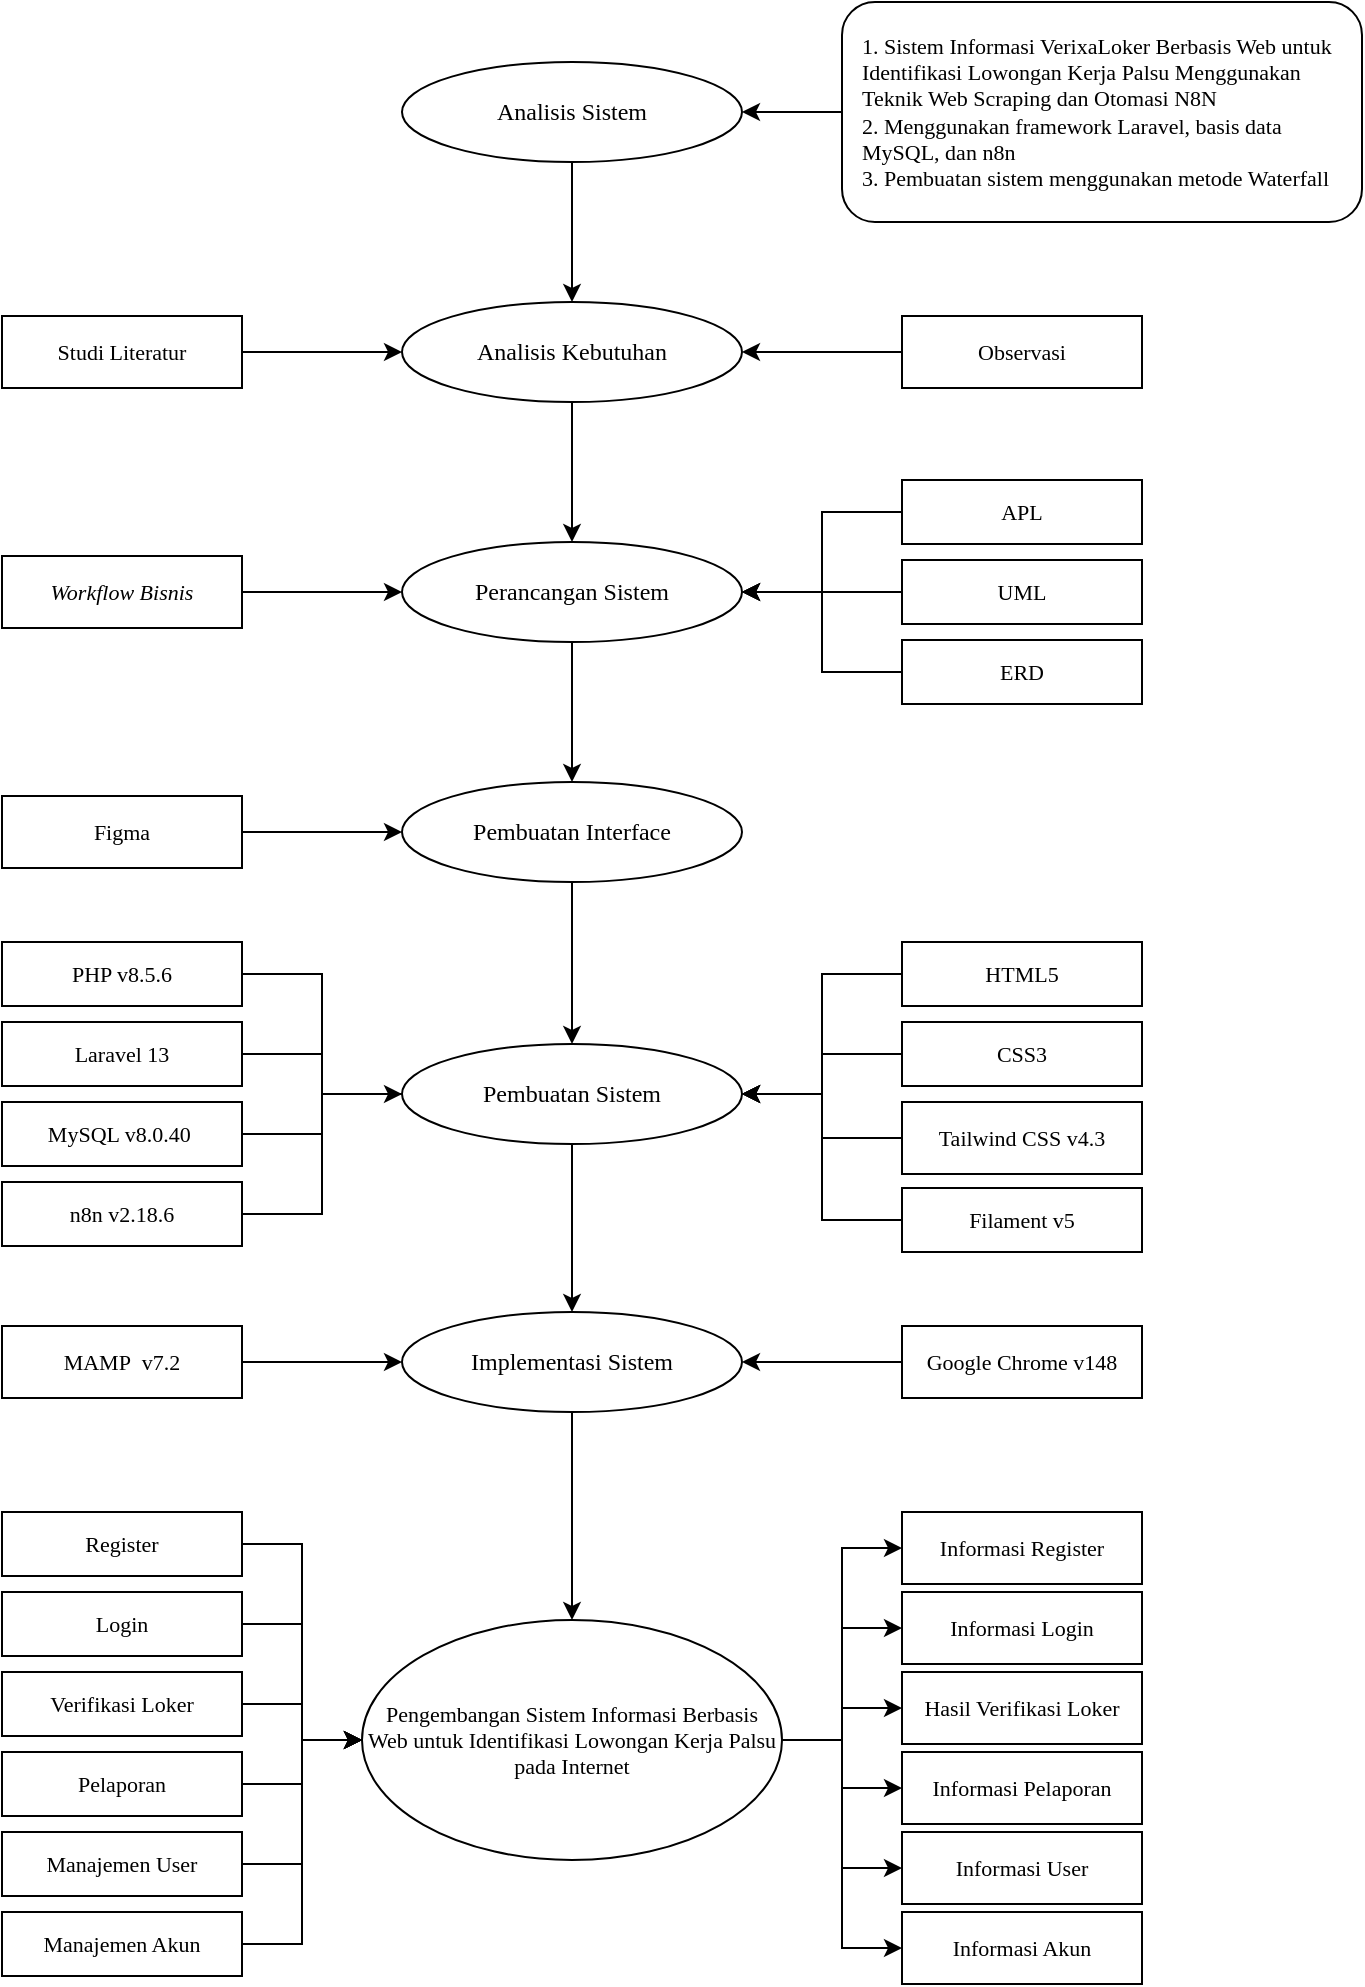
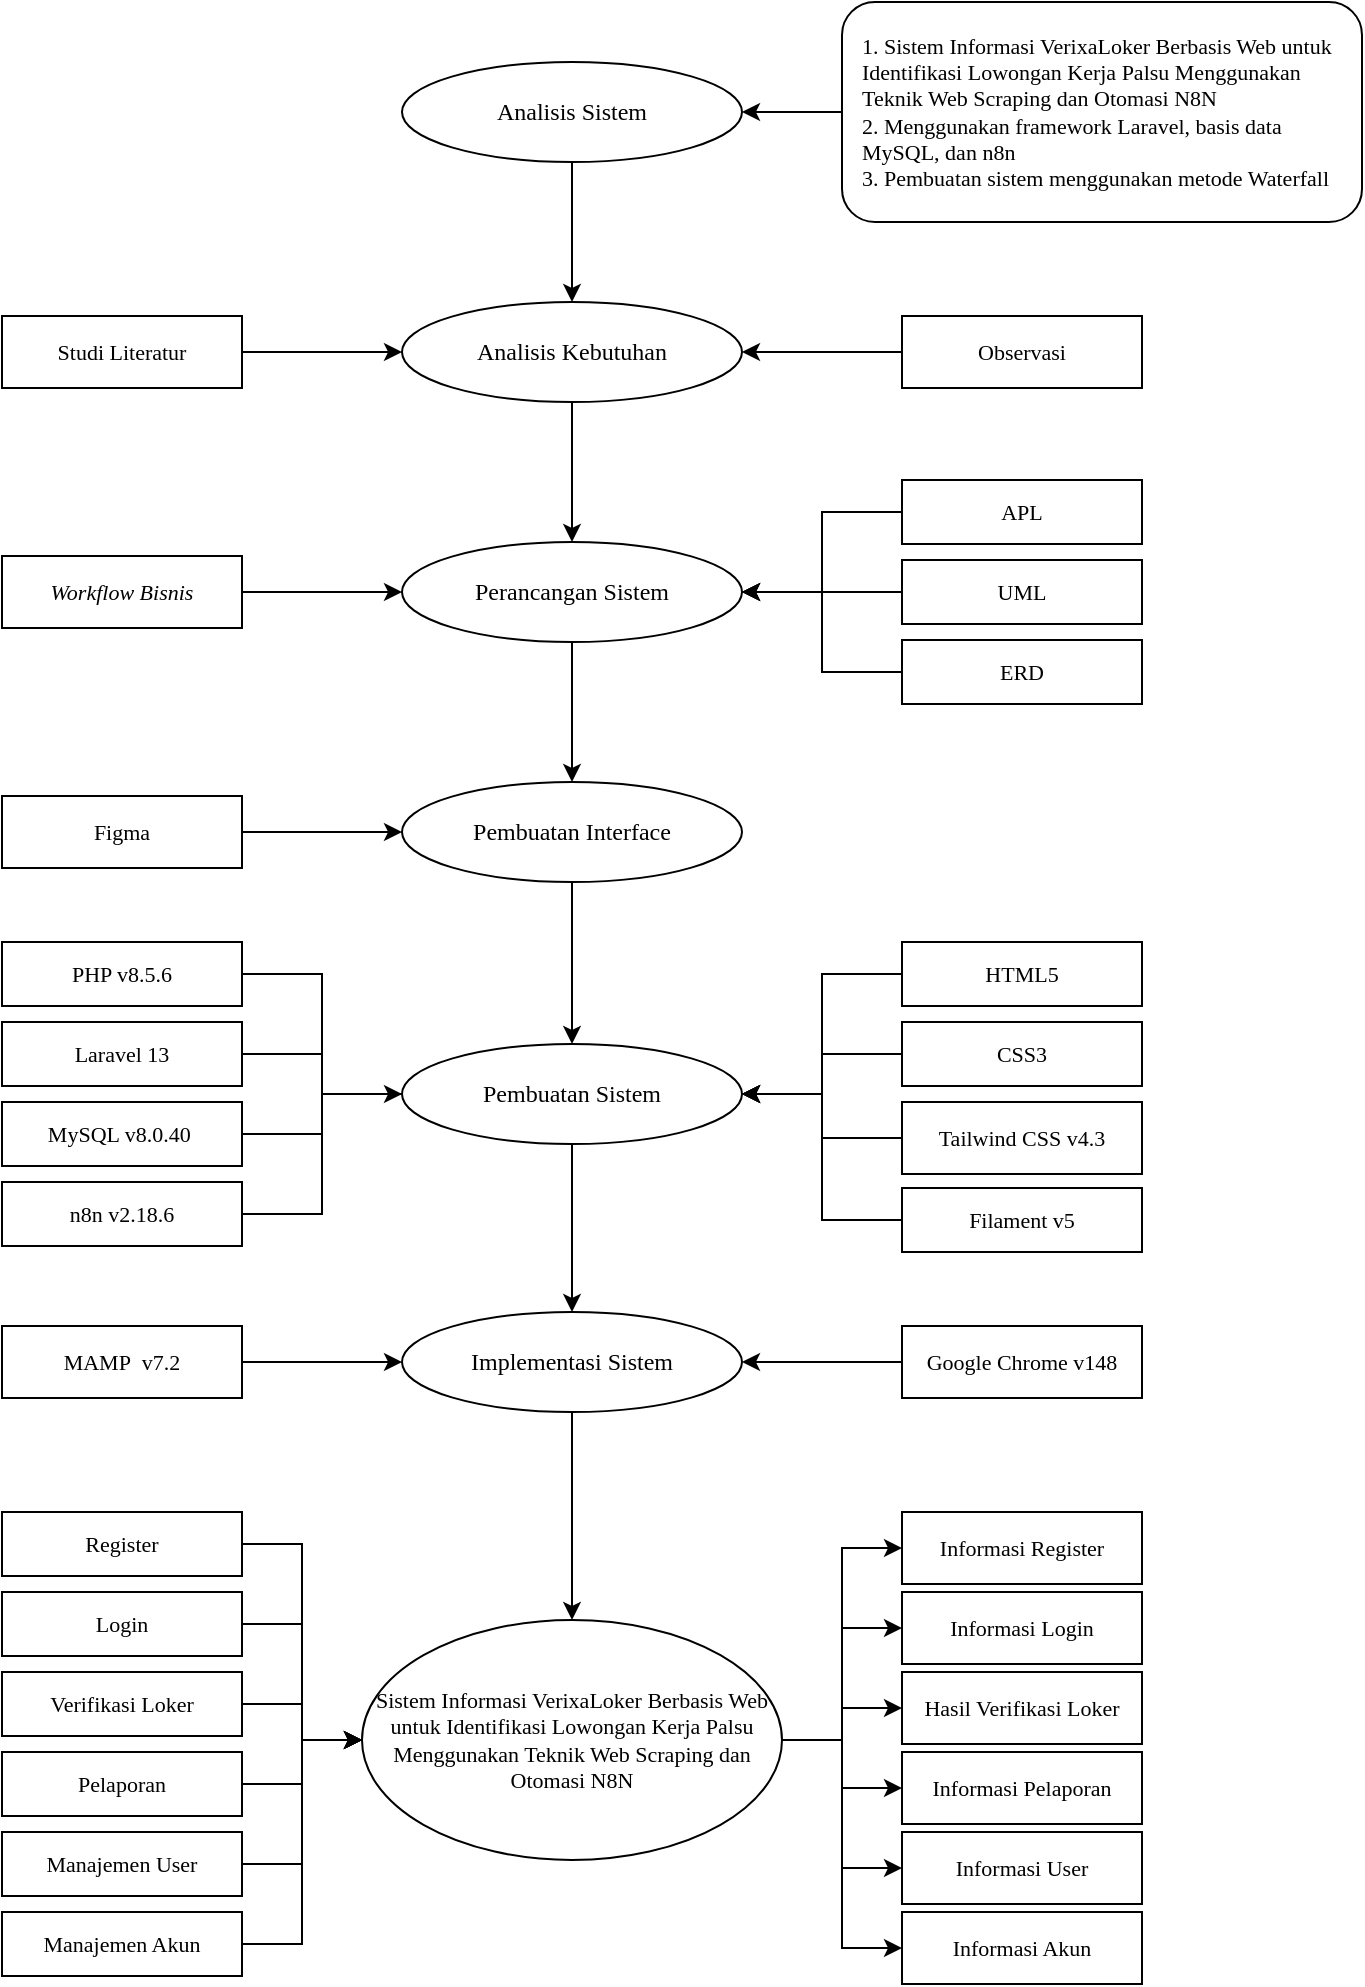
<mxfile host="app.diagrams.net">
  <diagram name="Page-1" id="yfmV3Sks-nrF4BvnnPUG">
    <mxGraphModel dx="665" dy="363" grid="1" gridSize="10" guides="1" tooltips="1" connect="1" arrows="1" fold="1" page="1" pageScale="1" pageWidth="827" pageHeight="1169" math="0" shadow="0">
      <root>
        <mxCell id="0" />
        <mxCell id="1" parent="0" />
        <mxCell id="fTyH0j3n_jQUCsVNDcWE-1" parent="1" style="ellipse;whiteSpace=wrap;html=1;fillColor=#ffffff;strokeColor=#000000;fontFamily=Times New Roman;fontSize=12;" value="Analisis Sistem" vertex="1">
          <mxGeometry height="50" width="170" x="580" y="110" as="geometry" />
        </mxCell>
        <mxCell id="fTyH0j3n_jQUCsVNDcWE-2" parent="1" style="ellipse;whiteSpace=wrap;html=1;fillColor=#ffffff;strokeColor=#000000;fontFamily=Times New Roman;fontSize=12;" value="Analisis Kebutuhan" vertex="1">
          <mxGeometry height="50" width="170" x="580" y="230" as="geometry" />
        </mxCell>
        <mxCell id="fTyH0j3n_jQUCsVNDcWE-3" parent="1" style="ellipse;whiteSpace=wrap;html=1;fillColor=#ffffff;strokeColor=#000000;fontFamily=Times New Roman;fontSize=12;" value="Perancangan Sistem" vertex="1">
          <mxGeometry height="50" width="170" x="580" y="350" as="geometry" />
        </mxCell>
        <mxCell id="fTyH0j3n_jQUCsVNDcWE-4" parent="1" style="ellipse;whiteSpace=wrap;html=1;fillColor=#ffffff;strokeColor=#000000;fontFamily=Times New Roman;fontSize=12;" value="Pembuatan Interface" vertex="1">
          <mxGeometry height="50" width="170" x="580" y="470" as="geometry" />
        </mxCell>
        <mxCell id="fTyH0j3n_jQUCsVNDcWE-5" parent="1" style="ellipse;whiteSpace=wrap;html=1;fillColor=#ffffff;strokeColor=#000000;fontFamily=Times New Roman;fontSize=12;" value="Pembuatan Sistem" vertex="1">
          <mxGeometry height="50" width="170" x="580" y="601" as="geometry" />
        </mxCell>
        <mxCell id="fTyH0j3n_jQUCsVNDcWE-6" parent="1" style="ellipse;whiteSpace=wrap;html=1;fillColor=#ffffff;strokeColor=#000000;fontFamily=Times New Roman;fontSize=12;" value="Implementasi Sistem" vertex="1">
          <mxGeometry height="50" width="170" x="580" y="735" as="geometry" />
        </mxCell>
-         <mxCell id="fTyH0j3n_jQUCsVNDcWE-7" parent="1" style="ellipse;whiteSpace=wrap;html=1;fillColor=#ffffff;strokeColor=#000000;fontFamily=Times New Roman;fontSize=11;" value="Pengembangan Sistem Informasi Berbasis Web untuk Identifikasi Lowongan Kerja Palsu pada Internet" vertex="1">
+         <mxCell id="fTyH0j3n_jQUCsVNDcWE-7" parent="1" style="ellipse;whiteSpace=wrap;html=1;fillColor=#ffffff;strokeColor=#000000;fontFamily=Times New Roman;fontSize=11;" value="Sistem Informasi VerixaLoker Berbasis Web untuk Identifikasi Lowongan Kerja Palsu Menggunakan Teknik Web Scraping dan Otomasi N8N" vertex="1">
          <mxGeometry height="120" width="210" x="560" y="889" as="geometry" />
        </mxCell>
        <mxCell id="fTyH0j3n_jQUCsVNDcWE-8" edge="1" parent="1" source="fTyH0j3n_jQUCsVNDcWE-1" style="endArrow=classic;html=1;rounded=0;exitX=0.5;exitY=1;entryX=0.5;entryY=0;" target="fTyH0j3n_jQUCsVNDcWE-2">
          <mxGeometry relative="1" as="geometry" />
        </mxCell>
        <mxCell id="fTyH0j3n_jQUCsVNDcWE-9" edge="1" parent="1" source="fTyH0j3n_jQUCsVNDcWE-2" style="endArrow=classic;html=1;rounded=0;exitX=0.5;exitY=1;entryX=0.5;entryY=0;" target="fTyH0j3n_jQUCsVNDcWE-3">
          <mxGeometry relative="1" as="geometry" />
        </mxCell>
        <mxCell id="fTyH0j3n_jQUCsVNDcWE-10" edge="1" parent="1" source="fTyH0j3n_jQUCsVNDcWE-3" style="endArrow=classic;html=1;rounded=0;exitX=0.5;exitY=1;entryX=0.5;entryY=0;" target="fTyH0j3n_jQUCsVNDcWE-4">
          <mxGeometry relative="1" as="geometry" />
        </mxCell>
        <mxCell id="fTyH0j3n_jQUCsVNDcWE-11" edge="1" parent="1" source="fTyH0j3n_jQUCsVNDcWE-4" style="endArrow=classic;html=1;rounded=0;exitX=0.5;exitY=1;entryX=0.5;entryY=0;" target="fTyH0j3n_jQUCsVNDcWE-5">
          <mxGeometry relative="1" as="geometry" />
        </mxCell>
        <mxCell id="fTyH0j3n_jQUCsVNDcWE-12" edge="1" parent="1" source="fTyH0j3n_jQUCsVNDcWE-5" style="endArrow=classic;html=1;rounded=0;exitX=0.5;exitY=1;entryX=0.5;entryY=0;" target="fTyH0j3n_jQUCsVNDcWE-6">
          <mxGeometry relative="1" as="geometry" />
        </mxCell>
        <mxCell id="fTyH0j3n_jQUCsVNDcWE-13" edge="1" parent="1" source="fTyH0j3n_jQUCsVNDcWE-6" style="endArrow=classic;html=1;rounded=0;exitX=0.5;exitY=1;entryX=0.5;entryY=0;" target="fTyH0j3n_jQUCsVNDcWE-7">
          <mxGeometry relative="1" as="geometry" />
        </mxCell>
        <mxCell id="fTyH0j3n_jQUCsVNDcWE-14" parent="1" style="rounded=1;whiteSpace=wrap;html=1;fillColor=#ffffff;strokeColor=#000000;fontFamily=Times New Roman;fontSize=11;align=left;verticalAlign=middle;spacingLeft=8;spacingRight=8;" value="1. Sistem Informasi VerixaLoker Berbasis Web untuk Identifikasi Lowongan Kerja Palsu Menggunakan Teknik Web Scraping dan Otomasi N8N&lt;br&gt;2. Menggunakan framework Laravel, basis data MySQL, dan n8n&lt;br&gt;3. Pembuatan sistem menggunakan metode Waterfall" vertex="1">
          <mxGeometry height="110" width="260" x="800" y="80" as="geometry" />
        </mxCell>
        <mxCell id="fTyH0j3n_jQUCsVNDcWE-15" edge="1" parent="1" source="fTyH0j3n_jQUCsVNDcWE-1" style="endArrow=none;html=1;rounded=0;exitX=1;exitY=0.5;entryX=0;entryY=0.5;startArrow=classic;startFill=1;" target="fTyH0j3n_jQUCsVNDcWE-14">
          <mxGeometry relative="1" as="geometry" />
        </mxCell>
        <mxCell id="fTyH0j3n_jQUCsVNDcWE-16" parent="1" style="rounded=0;whiteSpace=wrap;html=1;fillColor=#ffffff;strokeColor=#000000;fontFamily=Times New Roman;fontSize=11;" value="Studi Literatur" vertex="1">
          <mxGeometry height="36" width="120" x="380" y="237" as="geometry" />
        </mxCell>
        <mxCell id="fTyH0j3n_jQUCsVNDcWE-19" edge="1" parent="1" source="fTyH0j3n_jQUCsVNDcWE-16" style="endArrow=classic;html=1;exitX=1;exitY=0.5;entryX=0;entryY=0.5;endFill=1;" target="fTyH0j3n_jQUCsVNDcWE-2">
          <mxGeometry relative="1" as="geometry" />
        </mxCell>
        <mxCell id="fTyH0j3n_jQUCsVNDcWE-22" parent="1" style="rounded=0;whiteSpace=wrap;html=1;fillColor=#ffffff;strokeColor=#000000;fontFamily=Times New Roman;fontSize=11;fontStyle=2" value="Workflow Bisnis" vertex="1">
          <mxGeometry height="36" width="120" x="380" y="357" as="geometry" />
        </mxCell>
        <mxCell id="fTyH0j3n_jQUCsVNDcWE-23" parent="1" style="rounded=0;whiteSpace=wrap;html=1;fillColor=#ffffff;strokeColor=#000000;fontFamily=Times New Roman;fontSize=11;" value="APL" vertex="1">
          <mxGeometry height="32" width="120" x="830" y="319" as="geometry" />
        </mxCell>
        <mxCell id="fTyH0j3n_jQUCsVNDcWE-24" parent="1" style="rounded=0;whiteSpace=wrap;html=1;fillColor=#ffffff;strokeColor=#000000;fontFamily=Times New Roman;fontSize=11;" value="UML" vertex="1">
          <mxGeometry height="32" width="120" x="830" y="359" as="geometry" />
        </mxCell>
        <mxCell id="fTyH0j3n_jQUCsVNDcWE-25" parent="1" style="rounded=0;whiteSpace=wrap;html=1;fillColor=#ffffff;strokeColor=#000000;fontFamily=Times New Roman;fontSize=11;" value="ERD" vertex="1">
          <mxGeometry height="32" width="120" x="830" y="399" as="geometry" />
        </mxCell>
        <mxCell id="fTyH0j3n_jQUCsVNDcWE-26" edge="1" parent="1" source="fTyH0j3n_jQUCsVNDcWE-22" style="endArrow=classic;html=1;exitX=1;exitY=0.5;entryX=0;entryY=0.5;endFill=1;" target="fTyH0j3n_jQUCsVNDcWE-3">
          <mxGeometry relative="1" as="geometry" />
        </mxCell>
        <mxCell id="fTyH0j3n_jQUCsVNDcWE-27" edge="1" parent="1" source="fTyH0j3n_jQUCsVNDcWE-3" style="endArrow=none;html=1;exitX=1;exitY=0.5;entryX=0;entryY=0.5;startArrow=classic;startFill=1;edgeStyle=orthogonalEdgeStyle;rounded=0;curved=0;" target="fTyH0j3n_jQUCsVNDcWE-23">
          <mxGeometry relative="1" as="geometry" />
        </mxCell>
        <mxCell id="fTyH0j3n_jQUCsVNDcWE-28" edge="1" parent="1" source="fTyH0j3n_jQUCsVNDcWE-3" style="endArrow=none;html=1;exitX=1;exitY=0.5;entryX=0;entryY=0.5;startArrow=classic;startFill=1;edgeStyle=orthogonalEdgeStyle;rounded=0;curved=0;" target="fTyH0j3n_jQUCsVNDcWE-24">
          <mxGeometry relative="1" as="geometry" />
        </mxCell>
        <mxCell id="fTyH0j3n_jQUCsVNDcWE-29" edge="1" parent="1" source="fTyH0j3n_jQUCsVNDcWE-3" style="endArrow=none;html=1;exitX=1;exitY=0.5;entryX=0;entryY=0.5;startArrow=classic;startFill=1;edgeStyle=orthogonalEdgeStyle;rounded=0;curved=0;" target="fTyH0j3n_jQUCsVNDcWE-25">
          <mxGeometry relative="1" as="geometry" />
        </mxCell>
        <mxCell id="fTyH0j3n_jQUCsVNDcWE-30" parent="1" style="rounded=0;whiteSpace=wrap;html=1;fillColor=#ffffff;strokeColor=#000000;fontFamily=Times New Roman;fontSize=11;" value="Figma" vertex="1">
          <mxGeometry height="36" width="120" x="380" y="477" as="geometry" />
        </mxCell>
        <mxCell id="fTyH0j3n_jQUCsVNDcWE-31" edge="1" parent="1" source="fTyH0j3n_jQUCsVNDcWE-30" style="endArrow=classic;html=1;exitX=1;exitY=0.5;entryX=0;entryY=0.5;endFill=1;" target="fTyH0j3n_jQUCsVNDcWE-4">
          <mxGeometry relative="1" as="geometry" />
        </mxCell>
        <mxCell id="fTyH0j3n_jQUCsVNDcWE-32" parent="1" style="rounded=0;whiteSpace=wrap;html=1;fillColor=#ffffff;strokeColor=#000000;fontFamily=Times New Roman;fontSize=11;" value="PHP v8.5.6" vertex="1">
          <mxGeometry height="32" width="120" x="380" y="550" as="geometry" />
        </mxCell>
        <mxCell id="fTyH0j3n_jQUCsVNDcWE-33" parent="1" style="rounded=0;whiteSpace=wrap;html=1;fillColor=#ffffff;strokeColor=#000000;fontFamily=Times New Roman;fontSize=11;" value="Laravel 13" vertex="1">
          <mxGeometry height="32" width="120" x="380" y="590" as="geometry" />
        </mxCell>
        <mxCell id="fTyH0j3n_jQUCsVNDcWE-34" parent="1" style="rounded=0;whiteSpace=wrap;html=1;fillColor=#ffffff;strokeColor=#000000;fontFamily=Times New Roman;fontSize=11;" value="MySQL v8.0.40&amp;nbsp;" vertex="1">
          <mxGeometry height="32" width="120" x="380" y="630" as="geometry" />
        </mxCell>
        <mxCell id="fTyH0j3n_jQUCsVNDcWE-35" parent="1" style="rounded=0;whiteSpace=wrap;html=1;fillColor=#ffffff;strokeColor=#000000;fontFamily=Times New Roman;fontSize=11;" value="HTML5" vertex="1">
          <mxGeometry height="32" width="120" x="830" y="550" as="geometry" />
        </mxCell>
        <mxCell id="fTyH0j3n_jQUCsVNDcWE-36" parent="1" style="rounded=0;whiteSpace=wrap;html=1;fillColor=#ffffff;strokeColor=#000000;fontFamily=Times New Roman;fontSize=11;" value="CSS3" vertex="1">
          <mxGeometry height="32" width="120" x="830" y="590" as="geometry" />
        </mxCell>
        <mxCell id="fTyH0j3n_jQUCsVNDcWE-37" parent="1" style="rounded=0;whiteSpace=wrap;html=1;fillColor=#ffffff;strokeColor=#000000;fontFamily=Times New Roman;fontSize=11;" value="Tailwind CSS v4.3" vertex="1">
          <mxGeometry height="36" width="120" x="830" y="630" as="geometry" />
        </mxCell>
        <mxCell id="fTyH0j3n_jQUCsVNDcWE-38" edge="1" parent="1" source="fTyH0j3n_jQUCsVNDcWE-32" style="endArrow=none;html=1;exitX=1;exitY=0.5;entryX=0;entryY=0.5;edgeStyle=orthogonalEdgeStyle;rounded=0;curved=0;" target="fTyH0j3n_jQUCsVNDcWE-5">
          <mxGeometry relative="1" as="geometry" />
        </mxCell>
        <mxCell id="fTyH0j3n_jQUCsVNDcWE-39" edge="1" parent="1" source="fTyH0j3n_jQUCsVNDcWE-33" style="endArrow=none;html=1;exitX=1;exitY=0.5;entryX=0;entryY=0.5;edgeStyle=orthogonalEdgeStyle;rounded=0;curved=0;" target="fTyH0j3n_jQUCsVNDcWE-5">
          <mxGeometry relative="1" as="geometry" />
        </mxCell>
        <mxCell id="fTyH0j3n_jQUCsVNDcWE-40" edge="1" parent="1" source="fTyH0j3n_jQUCsVNDcWE-34" style="endArrow=none;html=1;exitX=1;exitY=0.5;entryX=0;entryY=0.5;edgeStyle=orthogonalEdgeStyle;rounded=0;curved=0;" target="fTyH0j3n_jQUCsVNDcWE-5">
          <mxGeometry relative="1" as="geometry" />
        </mxCell>
        <mxCell id="fTyH0j3n_jQUCsVNDcWE-41" edge="1" parent="1" source="fTyH0j3n_jQUCsVNDcWE-5" style="endArrow=none;html=1;exitX=1;exitY=0.5;entryX=0;entryY=0.5;edgeStyle=orthogonalEdgeStyle;rounded=0;curved=0;startArrow=classic;startFill=1;" target="fTyH0j3n_jQUCsVNDcWE-35">
          <mxGeometry relative="1" as="geometry" />
        </mxCell>
        <mxCell id="fTyH0j3n_jQUCsVNDcWE-42" edge="1" parent="1" source="fTyH0j3n_jQUCsVNDcWE-5" style="endArrow=none;html=1;exitX=1;exitY=0.5;entryX=0;entryY=0.5;edgeStyle=orthogonalEdgeStyle;rounded=0;curved=0;startArrow=classic;startFill=1;" target="fTyH0j3n_jQUCsVNDcWE-36">
          <mxGeometry relative="1" as="geometry" />
        </mxCell>
        <mxCell id="fTyH0j3n_jQUCsVNDcWE-43" edge="1" parent="1" source="fTyH0j3n_jQUCsVNDcWE-5" style="endArrow=none;html=1;exitX=1;exitY=0.5;entryX=0;entryY=0.5;edgeStyle=orthogonalEdgeStyle;rounded=0;curved=0;startArrow=classic;startFill=1;" target="fTyH0j3n_jQUCsVNDcWE-37">
          <mxGeometry relative="1" as="geometry" />
        </mxCell>
        <mxCell id="fTyH0j3n_jQUCsVNDcWE-44" parent="1" style="rounded=0;whiteSpace=wrap;html=1;fillColor=#ffffff;strokeColor=#000000;fontFamily=Times New Roman;fontSize=11;" value="MAMP&amp;nbsp; v7.2" vertex="1">
          <mxGeometry height="36" width="120" x="380" y="742" as="geometry" />
        </mxCell>
        <mxCell id="fTyH0j3n_jQUCsVNDcWE-45" parent="1" style="rounded=0;whiteSpace=wrap;html=1;fillColor=#ffffff;strokeColor=#000000;fontFamily=Times New Roman;fontSize=11;" value="Google Chrome v148" vertex="1">
          <mxGeometry height="36" width="120" x="830" y="742" as="geometry" />
        </mxCell>
        <mxCell id="fTyH0j3n_jQUCsVNDcWE-46" edge="1" parent="1" source="fTyH0j3n_jQUCsVNDcWE-44" style="endArrow=classic;html=1;exitX=1;exitY=0.5;entryX=0;entryY=0.5;endFill=1;" target="fTyH0j3n_jQUCsVNDcWE-6">
          <mxGeometry relative="1" as="geometry" />
        </mxCell>
        <mxCell id="fTyH0j3n_jQUCsVNDcWE-47" edge="1" parent="1" source="fTyH0j3n_jQUCsVNDcWE-6" style="endArrow=none;html=1;exitX=1;exitY=0.5;entryX=0;entryY=0.5;startArrow=classic;startFill=1;" target="fTyH0j3n_jQUCsVNDcWE-45">
          <mxGeometry relative="1" as="geometry" />
        </mxCell>
        <mxCell id="fTyH0j3n_jQUCsVNDcWE-48" parent="1" style="rounded=0;whiteSpace=wrap;html=1;fillColor=#ffffff;strokeColor=#000000;fontFamily=Times New Roman;fontSize=11;" value="Register" vertex="1">
          <mxGeometry height="32" width="120" x="380" y="835" as="geometry" />
        </mxCell>
        <mxCell id="fTyH0j3n_jQUCsVNDcWE-49" parent="1" style="rounded=0;whiteSpace=wrap;html=1;fillColor=#ffffff;strokeColor=#000000;fontFamily=Times New Roman;fontSize=11;" value="Login" vertex="1">
          <mxGeometry height="32" width="120" x="380" y="875" as="geometry" />
        </mxCell>
        <mxCell id="fTyH0j3n_jQUCsVNDcWE-50" parent="1" style="rounded=0;whiteSpace=wrap;html=1;fillColor=#ffffff;strokeColor=#000000;fontFamily=Times New Roman;fontSize=11;" value="Verifikasi Loker" vertex="1">
          <mxGeometry height="32" width="120" x="380" y="915" as="geometry" />
        </mxCell>
        <mxCell id="fTyH0j3n_jQUCsVNDcWE-51" parent="1" style="rounded=0;whiteSpace=wrap;html=1;fillColor=#ffffff;strokeColor=#000000;fontFamily=Times New Roman;fontSize=11;" value="Pelaporan" vertex="1">
          <mxGeometry height="32" width="120" x="380" y="955" as="geometry" />
        </mxCell>
        <mxCell id="fTyH0j3n_jQUCsVNDcWE-52" parent="1" style="rounded=0;whiteSpace=wrap;html=1;fillColor=#ffffff;strokeColor=#000000;fontFamily=Times New Roman;fontSize=11;" value="Manajemen User" vertex="1">
          <mxGeometry height="32" width="120" x="380" y="995" as="geometry" />
        </mxCell>
        <mxCell id="fTyH0j3n_jQUCsVNDcWE-53" parent="1" style="rounded=0;whiteSpace=wrap;html=1;fillColor=#ffffff;strokeColor=#000000;fontFamily=Times New Roman;fontSize=11;" value="Manajemen Akun" vertex="1">
          <mxGeometry height="32" width="120" x="380" y="1035" as="geometry" />
        </mxCell>
        <mxCell id="fTyH0j3n_jQUCsVNDcWE-59" edge="1" parent="1" source="fTyH0j3n_jQUCsVNDcWE-48" style="endArrow=classic;html=1;exitX=1;exitY=0.5;entryX=0;entryY=0.5;edgeStyle=orthogonalEdgeStyle;rounded=0;curved=0;endFill=1;" target="fTyH0j3n_jQUCsVNDcWE-7">
          <mxGeometry relative="1" as="geometry" />
        </mxCell>
        <mxCell id="fTyH0j3n_jQUCsVNDcWE-60" edge="1" parent="1" source="fTyH0j3n_jQUCsVNDcWE-49" style="endArrow=classic;html=1;exitX=1;exitY=0.5;entryX=0;entryY=0.5;edgeStyle=orthogonalEdgeStyle;rounded=0;curved=0;endFill=1;" target="fTyH0j3n_jQUCsVNDcWE-7">
          <mxGeometry relative="1" as="geometry" />
        </mxCell>
        <mxCell id="fTyH0j3n_jQUCsVNDcWE-61" edge="1" parent="1" source="fTyH0j3n_jQUCsVNDcWE-50" style="endArrow=classic;html=1;exitX=1;exitY=0.5;entryX=0;entryY=0.5;edgeStyle=orthogonalEdgeStyle;rounded=0;curved=0;endFill=1;" target="fTyH0j3n_jQUCsVNDcWE-7">
          <mxGeometry relative="1" as="geometry" />
        </mxCell>
        <mxCell id="fTyH0j3n_jQUCsVNDcWE-62" edge="1" parent="1" source="fTyH0j3n_jQUCsVNDcWE-51" style="endArrow=none;html=1;exitX=1;exitY=0.5;entryX=0;entryY=0.5;edgeStyle=orthogonalEdgeStyle;rounded=0;curved=0;" target="fTyH0j3n_jQUCsVNDcWE-7">
          <mxGeometry relative="1" as="geometry" />
        </mxCell>
        <mxCell id="fTyH0j3n_jQUCsVNDcWE-63" edge="1" parent="1" source="fTyH0j3n_jQUCsVNDcWE-52" style="endArrow=classic;html=1;exitX=1;exitY=0.5;entryX=0;entryY=0.5;edgeStyle=orthogonalEdgeStyle;rounded=0;curved=0;endFill=1;" target="fTyH0j3n_jQUCsVNDcWE-7">
          <mxGeometry relative="1" as="geometry" />
        </mxCell>
        <mxCell id="fTyH0j3n_jQUCsVNDcWE-64" edge="1" parent="1" source="fTyH0j3n_jQUCsVNDcWE-53" style="endArrow=classic;html=1;exitX=1;exitY=0.5;entryX=0;entryY=0.5;edgeStyle=orthogonalEdgeStyle;rounded=0;curved=0;endFill=1;" target="fTyH0j3n_jQUCsVNDcWE-7">
          <mxGeometry relative="1" as="geometry" />
        </mxCell>
        <mxCell id="fTyH0j3n_jQUCsVNDcWE-70" parent="1" style="rounded=0;whiteSpace=wrap;html=1;fillColor=#ffffff;strokeColor=#000000;fontFamily=Times New Roman;fontSize=11;" value="Informasi Register" vertex="1">
          <mxGeometry height="36" width="120" x="830" y="835" as="geometry" />
        </mxCell>
        <mxCell id="fTyH0j3n_jQUCsVNDcWE-71" parent="1" style="rounded=0;whiteSpace=wrap;html=1;fillColor=#ffffff;strokeColor=#000000;fontFamily=Times New Roman;fontSize=11;" value="Informasi Login" vertex="1">
          <mxGeometry height="36" width="120" x="830" y="875" as="geometry" />
        </mxCell>
        <mxCell id="fTyH0j3n_jQUCsVNDcWE-72" parent="1" style="rounded=0;whiteSpace=wrap;html=1;fillColor=#ffffff;strokeColor=#000000;fontFamily=Times New Roman;fontSize=11;" value="Hasil Verifikasi Loker" vertex="1">
          <mxGeometry height="36" width="120" x="830" y="915" as="geometry" />
        </mxCell>
        <mxCell id="fTyH0j3n_jQUCsVNDcWE-73" parent="1" style="rounded=0;whiteSpace=wrap;html=1;fillColor=#ffffff;strokeColor=#000000;fontFamily=Times New Roman;fontSize=11;" value="Informasi Pelaporan" vertex="1">
          <mxGeometry height="36" width="120" x="830" y="955" as="geometry" />
        </mxCell>
        <mxCell id="fTyH0j3n_jQUCsVNDcWE-74" parent="1" style="rounded=0;whiteSpace=wrap;html=1;fillColor=#ffffff;strokeColor=#000000;fontFamily=Times New Roman;fontSize=11;" value="Informasi User" vertex="1">
          <mxGeometry height="36" width="120" x="830" y="995" as="geometry" />
        </mxCell>
        <mxCell id="fTyH0j3n_jQUCsVNDcWE-75" parent="1" style="rounded=0;whiteSpace=wrap;html=1;fillColor=#ffffff;strokeColor=#000000;fontFamily=Times New Roman;fontSize=11;" value="Informasi Akun" vertex="1">
          <mxGeometry height="36" width="120" x="830" y="1035" as="geometry" />
        </mxCell>
        <mxCell id="fTyH0j3n_jQUCsVNDcWE-81" edge="1" parent="1" source="fTyH0j3n_jQUCsVNDcWE-7" style="endArrow=classic;html=1;exitX=1;exitY=0.5;entryX=0;entryY=0.5;rounded=0;edgeStyle=orthogonalEdgeStyle;endFill=1;" target="fTyH0j3n_jQUCsVNDcWE-70">
          <mxGeometry relative="1" as="geometry" />
        </mxCell>
        <mxCell id="fTyH0j3n_jQUCsVNDcWE-82" edge="1" parent="1" source="fTyH0j3n_jQUCsVNDcWE-7" style="endArrow=classic;html=1;exitX=1;exitY=0.5;entryX=0;entryY=0.5;rounded=0;edgeStyle=orthogonalEdgeStyle;endFill=1;" target="fTyH0j3n_jQUCsVNDcWE-71">
          <mxGeometry relative="1" as="geometry" />
        </mxCell>
        <mxCell id="fTyH0j3n_jQUCsVNDcWE-83" edge="1" parent="1" source="fTyH0j3n_jQUCsVNDcWE-7" style="endArrow=classic;html=1;exitX=1;exitY=0.5;entryX=0;entryY=0.5;rounded=0;edgeStyle=orthogonalEdgeStyle;endFill=1;" target="fTyH0j3n_jQUCsVNDcWE-72">
          <mxGeometry relative="1" as="geometry" />
        </mxCell>
        <mxCell id="fTyH0j3n_jQUCsVNDcWE-84" edge="1" parent="1" source="fTyH0j3n_jQUCsVNDcWE-7" style="endArrow=classic;html=1;exitX=1;exitY=0.5;entryX=0;entryY=0.5;rounded=0;edgeStyle=orthogonalEdgeStyle;endFill=1;" target="fTyH0j3n_jQUCsVNDcWE-73">
          <mxGeometry relative="1" as="geometry" />
        </mxCell>
        <mxCell id="fTyH0j3n_jQUCsVNDcWE-85" edge="1" parent="1" source="fTyH0j3n_jQUCsVNDcWE-7" style="endArrow=classic;html=1;exitX=1;exitY=0.5;entryX=0;entryY=0.5;rounded=0;edgeStyle=orthogonalEdgeStyle;endFill=1;" target="fTyH0j3n_jQUCsVNDcWE-74">
          <mxGeometry relative="1" as="geometry" />
        </mxCell>
        <mxCell id="fTyH0j3n_jQUCsVNDcWE-86" edge="1" parent="1" source="fTyH0j3n_jQUCsVNDcWE-7" style="endArrow=classic;html=1;exitX=1;exitY=0.5;entryX=0;entryY=0.5;rounded=0;edgeStyle=orthogonalEdgeStyle;endFill=1;" target="fTyH0j3n_jQUCsVNDcWE-75">
          <mxGeometry relative="1" as="geometry" />
        </mxCell>
        <mxCell id="N9CpWy_333Ilmsceh_oc-2" edge="1" parent="1" source="N9CpWy_333Ilmsceh_oc-1" style="edgeStyle=orthogonalEdgeStyle;rounded=0;orthogonalLoop=1;jettySize=auto;html=1;exitX=1;exitY=0.5;exitDx=0;exitDy=0;entryX=0;entryY=0.5;entryDx=0;entryDy=0;" target="fTyH0j3n_jQUCsVNDcWE-5">
          <mxGeometry relative="1" as="geometry" />
        </mxCell>
        <mxCell id="N9CpWy_333Ilmsceh_oc-1" parent="1" style="rounded=0;whiteSpace=wrap;html=1;fillColor=#ffffff;strokeColor=#000000;fontFamily=Times New Roman;fontSize=11;" value="n8n v2.18.6" vertex="1">
          <mxGeometry height="32" width="120" x="380" y="670" as="geometry" />
        </mxCell>
        <mxCell id="N9CpWy_333Ilmsceh_oc-9" edge="1" parent="1" source="N9CpWy_333Ilmsceh_oc-8" style="edgeStyle=orthogonalEdgeStyle;rounded=0;orthogonalLoop=1;jettySize=auto;html=1;" target="fTyH0j3n_jQUCsVNDcWE-2" value="">
          <mxGeometry relative="1" as="geometry" />
        </mxCell>
        <mxCell id="N9CpWy_333Ilmsceh_oc-8" parent="1" style="rounded=0;whiteSpace=wrap;html=1;fillColor=#ffffff;strokeColor=#000000;fontFamily=Times New Roman;fontSize=11;" value="Observasi" vertex="1">
          <mxGeometry height="36" width="120" x="830" y="237" as="geometry" />
        </mxCell>
        <mxCell id="_PsySh128Ptlk5mH-gme-2" edge="1" parent="1" source="_PsySh128Ptlk5mH-gme-1" style="edgeStyle=orthogonalEdgeStyle;rounded=0;orthogonalLoop=1;jettySize=auto;html=1;exitX=0;exitY=0.5;exitDx=0;exitDy=0;entryX=1;entryY=0.5;entryDx=0;entryDy=0;" target="fTyH0j3n_jQUCsVNDcWE-5">
          <mxGeometry relative="1" as="geometry" />
        </mxCell>
        <mxCell id="_PsySh128Ptlk5mH-gme-1" parent="1" style="rounded=0;whiteSpace=wrap;html=1;fillColor=#ffffff;strokeColor=#000000;fontFamily=Times New Roman;fontSize=11;" value="Filament v5" vertex="1">
          <mxGeometry height="32" width="120" x="830" y="673" as="geometry" />
        </mxCell>
      </root>
    </mxGraphModel>
  </diagram>
</mxfile>
